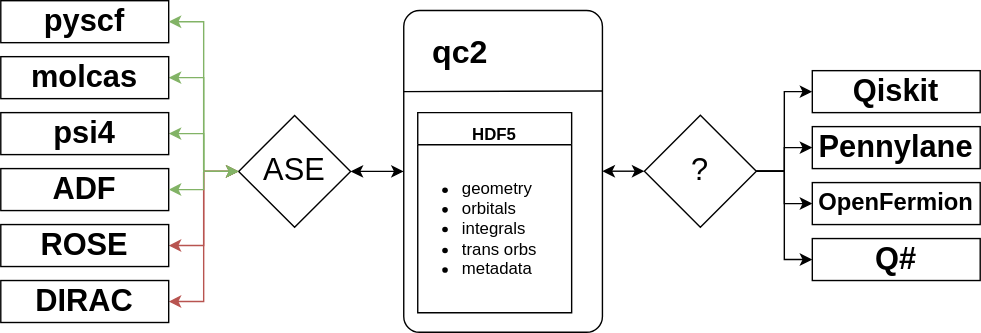
This is .dev/qc2nl.drawio.svg from qc2nl/qc2, a draw.io export, as it was before one commit. Source tidied: cells renumbered, new cells last; positions are measured from the earlier drawing's top-left corner, leaving out a move shared by most shapes. Its diagram source:
```xml
<mxGraphModel>
  <root>
    <mxCell id="0" />
    <mxCell id="1" parent="0" />
    <mxCell id="2" style="edgeStyle=orthogonalEdgeStyle;rounded=0;jettySize=auto;html=1;exitX=0;exitY=0.5;exitDx=0;exitDy=0;entryX=1;entryY=0.5;entryDx=0;entryDy=0;fontSize=22;fillColor=#d5e8d4;strokeColor=#82b366;startArrow=classic;startFill=1;" parent="1" edge="1" source="17" target="12">
      <mxGeometry relative="1" as="geometry" />
    </mxCell>
    <mxCell id="3" style="edgeStyle=orthogonalEdgeStyle;rounded=0;jettySize=auto;html=1;exitX=0;exitY=0.5;exitDx=0;exitDy=0;entryX=1;entryY=0.5;entryDx=0;entryDy=0;fontSize=22;fillColor=#d5e8d4;strokeColor=#82b366;startArrow=classic;startFill=1;" parent="1" edge="1" source="17" target="13">
      <mxGeometry relative="1" as="geometry" />
    </mxCell>
    <mxCell id="4" style="edgeStyle=orthogonalEdgeStyle;rounded=0;jettySize=auto;html=1;exitX=0;exitY=0.5;exitDx=0;exitDy=0;entryX=1;entryY=0.5;entryDx=0;entryDy=0;fontSize=22;fillColor=#f8cecc;strokeColor=#b85450;startArrow=classic;startFill=1;" parent="1" edge="1" source="17" target="15">
      <mxGeometry relative="1" as="geometry" />
    </mxCell>
    <mxCell id="5" style="edgeStyle=orthogonalEdgeStyle;rounded=0;jettySize=auto;html=1;exitX=0;exitY=0.5;exitDx=0;exitDy=0;entryX=1;entryY=0.5;entryDx=0;entryDy=0;fontSize=22;fillColor=#f8cecc;strokeColor=#b85450;startArrow=classic;startFill=1;" parent="1" edge="1" source="17" target="16">
      <mxGeometry relative="1" as="geometry" />
    </mxCell>
    <mxCell id="6" style="rounded=1;whiteSpace=wrap;html=1;arcSize=8;" parent="1" vertex="1">
      <mxGeometry x="288" y="7" width="142" height="230" as="geometry" />
    </mxCell>
    <mxCell id="7" value="&lt;font style=&quot;font-size: 23px;&quot;&gt;&lt;b&gt;qc2&lt;/b&gt;&lt;/font&gt;" style="text;html=1;align=center;verticalAlign=middle;strokeColor=none;fillColor=none;" parent="1" vertex="1">
      <mxGeometry x="298" y="17" width="60" height="40" as="geometry" />
    </mxCell>
    <mxCell id="8" value="&lt;font style=&quot;font-size: 12px;&quot;&gt;HDF5&lt;/font&gt;" style="swimlane;whiteSpace=wrap;html=1;fontSize=23;" parent="1" vertex="1">
      <mxGeometry x="298" y="80" width="110" height="143" as="geometry" />
    </mxCell>
    <mxCell id="9" value="&lt;ul&gt;&lt;li&gt;&lt;span style=&quot;background-color: initial;&quot;&gt;geometry&lt;/span&gt;&lt;/li&gt;&lt;li&gt;&lt;span style=&quot;background-color: initial;&quot;&gt;orbitals&amp;nbsp;&lt;/span&gt;&lt;/li&gt;&lt;li&gt;&lt;span style=&quot;background-color: initial;&quot;&gt;integrals&lt;/span&gt;&lt;/li&gt;&lt;li&gt;&lt;span style=&quot;background-color: initial;&quot;&gt;trans orbs&lt;/span&gt;&lt;/li&gt;&lt;li&gt;&lt;span style=&quot;background-color: initial;&quot;&gt;metadata&lt;/span&gt;&lt;/li&gt;&lt;/ul&gt;" style="text;html=1;strokeColor=none;fillColor=none;align=left;verticalAlign=middle;whiteSpace=wrap;rounded=0;fontSize=12;" parent="8" vertex="1">
      <mxGeometry x="-10" y="23" width="110" height="120" as="geometry" />
    </mxCell>
    <mxCell id="10" style="endArrow=none;html=1;rounded=0;fontSize=12;entryX=1;entryY=0.25;entryDx=0;entryDy=0;" parent="1" edge="1" target="6">
      <mxGeometry relative="1" as="geometry">
        <mxPoint x="288" y="65" as="sourcePoint" />
      </mxGeometry>
    </mxCell>
    <mxCell id="11" value="&lt;font style=&quot;font-size: 22px;&quot;&gt;&lt;b&gt;pyscf&lt;/b&gt;&lt;/font&gt;" style="rounded=0;whiteSpace=wrap;html=1;fontSize=12;" parent="1" vertex="1">
      <mxGeometry width="120" height="30" as="geometry" />
    </mxCell>
    <mxCell id="12" value="&lt;font style=&quot;font-size: 22px;&quot;&gt;&lt;b&gt;molcas&lt;/b&gt;&lt;/font&gt;" style="rounded=0;whiteSpace=wrap;html=1;fontSize=12;" parent="1" vertex="1">
      <mxGeometry y="40" width="120" height="30" as="geometry" />
    </mxCell>
    <mxCell id="13" value="&lt;font style=&quot;font-size: 22px;&quot;&gt;&lt;b&gt;psi4&lt;/b&gt;&lt;/font&gt;" style="rounded=0;whiteSpace=wrap;html=1;fontSize=12;" parent="1" vertex="1">
      <mxGeometry y="80" width="120" height="30" as="geometry" />
    </mxCell>
    <mxCell id="14" value="&lt;font style=&quot;font-size: 22px;&quot;&gt;&lt;b&gt;ADF&lt;/b&gt;&lt;/font&gt;" style="rounded=0;whiteSpace=wrap;html=1;fontSize=12;" parent="1" vertex="1">
      <mxGeometry y="120" width="120" height="30" as="geometry" />
    </mxCell>
    <mxCell id="15" value="&lt;font style=&quot;font-size: 22px;&quot;&gt;&lt;b&gt;ROSE&lt;/b&gt;&lt;/font&gt;" style="rounded=0;whiteSpace=wrap;html=1;fontSize=12;" parent="1" vertex="1">
      <mxGeometry y="160" width="120" height="30" as="geometry" />
    </mxCell>
    <mxCell id="16" value="&lt;font style=&quot;font-size: 22px;&quot;&gt;&lt;b&gt;DIRAC&lt;/b&gt;&lt;/font&gt;" style="rounded=0;whiteSpace=wrap;html=1;fontSize=12;" parent="1" vertex="1">
      <mxGeometry y="200" width="120" height="30" as="geometry" />
    </mxCell>
    <mxCell id="17" value="ASE" style="rhombus;whiteSpace=wrap;html=1;fontSize=22;" parent="1" vertex="1">
      <mxGeometry x="170" y="82" width="80" height="80" as="geometry" />
    </mxCell>
    <mxCell id="18" style="endArrow=classic;startArrow=classic;html=1;rounded=0;fontSize=22;exitX=1;exitY=0.5;exitDx=0;exitDy=0;entryX=0;entryY=0.5;entryDx=0;entryDy=0;" parent="1" edge="1" source="17" target="6">
      <mxGeometry relative="1" as="geometry" />
    </mxCell>
    <mxCell id="19" style="edgeStyle=orthogonalEdgeStyle;rounded=0;jettySize=auto;html=1;exitX=0;exitY=0.5;exitDx=0;exitDy=0;entryX=1;entryY=0.5;entryDx=0;entryDy=0;fontSize=22;fillColor=#d5e8d4;strokeColor=#82b366;startArrow=classic;startFill=1;" parent="1" edge="1" source="17" target="11">
      <mxGeometry relative="1" as="geometry" />
    </mxCell>
    <mxCell id="20" style="edgeStyle=orthogonalEdgeStyle;rounded=0;jettySize=auto;html=1;exitX=0;exitY=0.5;exitDx=0;exitDy=0;entryX=1;entryY=0.5;entryDx=0;entryDy=0;fontSize=22;fillColor=#d5e8d4;strokeColor=#82b366;startArrow=classic;startFill=1;" parent="1" edge="1" source="17" target="14">
      <mxGeometry relative="1" as="geometry" />
    </mxCell>
    <mxCell id="21" style="endArrow=classic;startArrow=classic;html=1;rounded=0;fontSize=22;exitX=1;exitY=0.5;exitDx=0;exitDy=0;entryX=0;entryY=0.5;entryDx=0;entryDy=0;" parent="1" edge="1" target="23">
      <mxGeometry relative="1" as="geometry">
        <mxPoint x="430" y="121.9" as="sourcePoint" />
      </mxGeometry>
    </mxCell>
    <mxCell id="22" style="edgeStyle=orthogonalEdgeStyle;rounded=0;jettySize=auto;html=1;exitX=1;exitY=0.5;exitDx=0;exitDy=0;entryX=0;entryY=0.5;entryDx=0;entryDy=0;fontSize=17;startArrow=none;startFill=0;" parent="1" edge="1" source="23" target="24">
      <mxGeometry relative="1" as="geometry" />
    </mxCell>
    <mxCell id="23" value="?" style="rhombus;whiteSpace=wrap;html=1;fontSize=22;" parent="1" vertex="1">
      <mxGeometry x="460" y="81.9" width="80" height="80" as="geometry" />
    </mxCell>
    <mxCell id="24" value="&lt;font style=&quot;font-size: 22px;&quot;&gt;&lt;b&gt;Qiskit&lt;/b&gt;&lt;/font&gt;" style="rounded=0;whiteSpace=wrap;html=1;fontSize=12;" parent="1" vertex="1">
      <mxGeometry x="580" y="50" width="120" height="30" as="geometry" />
    </mxCell>
    <mxCell id="25" value="&lt;font style=&quot;font-size: 22px;&quot;&gt;&lt;b&gt;Pennylane&lt;/b&gt;&lt;/font&gt;" style="rounded=0;whiteSpace=wrap;html=1;fontSize=12;" parent="1" vertex="1">
      <mxGeometry x="580" y="90" width="120" height="30" as="geometry" />
    </mxCell>
    <mxCell id="26" value="&lt;font size=&quot;1&quot; style=&quot;&quot;&gt;&lt;b style=&quot;font-size: 17px;&quot;&gt;OpenFermion&lt;/b&gt;&lt;/font&gt;" style="rounded=0;whiteSpace=wrap;html=1;fontSize=12;" parent="1" vertex="1">
      <mxGeometry x="580" y="130" width="120" height="30" as="geometry" />
    </mxCell>
    <mxCell id="27" value="&lt;font style=&quot;font-size: 22px;&quot;&gt;&lt;b&gt;Q#&lt;/b&gt;&lt;/font&gt;" style="rounded=0;whiteSpace=wrap;html=1;fontSize=12;" parent="1" vertex="1">
      <mxGeometry x="580" y="170" width="120" height="30" as="geometry" />
    </mxCell>
    <mxCell id="28" style="edgeStyle=orthogonalEdgeStyle;rounded=0;jettySize=auto;html=1;exitX=1;exitY=0.5;exitDx=0;exitDy=0;entryX=0;entryY=0.5;entryDx=0;entryDy=0;fontSize=17;startArrow=none;startFill=0;" parent="1" edge="1" source="23" target="25">
      <mxGeometry relative="1" as="geometry" />
    </mxCell>
    <mxCell id="29" style="edgeStyle=orthogonalEdgeStyle;rounded=0;jettySize=auto;html=1;exitX=1;exitY=0.5;exitDx=0;exitDy=0;entryX=0;entryY=0.5;entryDx=0;entryDy=0;fontSize=17;startArrow=none;startFill=0;" parent="1" edge="1" source="23" target="26">
      <mxGeometry relative="1" as="geometry" />
    </mxCell>
    <mxCell id="30" style="edgeStyle=orthogonalEdgeStyle;rounded=0;jettySize=auto;html=1;exitX=1;exitY=0.5;exitDx=0;exitDy=0;entryX=0;entryY=0.5;entryDx=0;entryDy=0;fontSize=17;startArrow=none;startFill=0;" parent="1" edge="1" source="23" target="27">
      <mxGeometry relative="1" as="geometry" />
    </mxCell>
  </root>
</mxGraphModel>
```
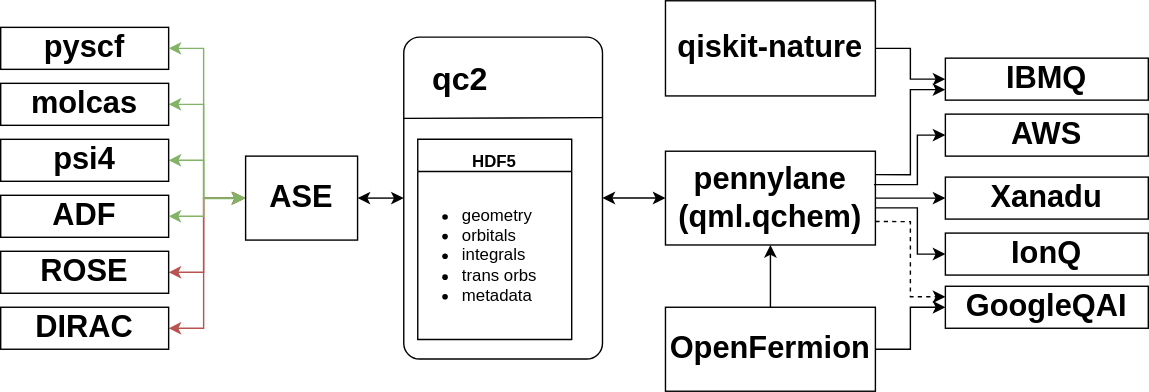
After the commit.

Diff of the diagram source:
```diff
@@ -2,17 +2,37 @@
   <root>
     <mxCell id="0" />
     <mxCell id="1" parent="0" />
-    <mxCell id="2" style="edgeStyle=orthogonalEdgeStyle;rounded=0;jettySize=auto;html=1;exitX=0;exitY=0.5;exitDx=0;exitDy=0;entryX=1;entryY=0.5;entryDx=0;entryDy=0;fontSize=22;fillColor=#d5e8d4;strokeColor=#82b366;startArrow=classic;startFill=1;" parent="1" edge="1" source="17" target="12">
-      <mxGeometry relative="1" as="geometry" />
+    <mxCell id="2" style="edgeStyle=orthogonalEdgeStyle;rounded=0;jettySize=auto;html=1;exitX=-0.01;exitY=0.503;exitDx=0;exitDy=0;entryX=1;entryY=0.5;entryDx=0;entryDy=0;fontSize=22;fillColor=#d5e8d4;strokeColor=#82b366;startArrow=classic;startFill=1;exitPerimeter=0;" parent="1" edge="1" source="17" target="12">
+      <mxGeometry relative="1" as="geometry">
+        <Array as="points">
+          <mxPoint x="145" y="122" />
+          <mxPoint x="145" y="55" />
+        </Array>
+      </mxGeometry>
     </mxCell>
-    <mxCell id="3" style="edgeStyle=orthogonalEdgeStyle;rounded=0;jettySize=auto;html=1;exitX=0;exitY=0.5;exitDx=0;exitDy=0;entryX=1;entryY=0.5;entryDx=0;entryDy=0;fontSize=22;fillColor=#d5e8d4;strokeColor=#82b366;startArrow=classic;startFill=1;" parent="1" edge="1" source="17" target="13">
-      <mxGeometry relative="1" as="geometry" />
+    <mxCell id="3" style="edgeStyle=orthogonalEdgeStyle;rounded=0;jettySize=auto;html=1;exitX=-0.014;exitY=0.505;exitDx=0;exitDy=0;entryX=1;entryY=0.5;entryDx=0;entryDy=0;fontSize=22;fillColor=#d5e8d4;strokeColor=#82b366;startArrow=classic;startFill=1;exitPerimeter=0;" parent="1" edge="1" source="17" target="13">
+      <mxGeometry relative="1" as="geometry">
+        <Array as="points">
+          <mxPoint x="145" y="122" />
+          <mxPoint x="145" y="95" />
+        </Array>
+      </mxGeometry>
     </mxCell>
     <mxCell id="4" style="edgeStyle=orthogonalEdgeStyle;rounded=0;jettySize=auto;html=1;exitX=0;exitY=0.5;exitDx=0;exitDy=0;entryX=1;entryY=0.5;entryDx=0;entryDy=0;fontSize=22;fillColor=#f8cecc;strokeColor=#b85450;startArrow=classic;startFill=1;" parent="1" edge="1" source="17" target="15">
-      <mxGeometry relative="1" as="geometry" />
+      <mxGeometry relative="1" as="geometry">
+        <Array as="points">
+          <mxPoint x="145" y="122" />
+          <mxPoint x="145" y="175" />
+        </Array>
+      </mxGeometry>
     </mxCell>
-    <mxCell id="5" style="edgeStyle=orthogonalEdgeStyle;rounded=0;jettySize=auto;html=1;exitX=0;exitY=0.5;exitDx=0;exitDy=0;entryX=1;entryY=0.5;entryDx=0;entryDy=0;fontSize=22;fillColor=#f8cecc;strokeColor=#b85450;startArrow=classic;startFill=1;" parent="1" edge="1" source="17" target="16">
-      <mxGeometry relative="1" as="geometry" />
+    <mxCell id="5" style="edgeStyle=orthogonalEdgeStyle;rounded=0;jettySize=auto;html=1;exitX=-0.011;exitY=0.499;exitDx=0;exitDy=0;entryX=1;entryY=0.5;entryDx=0;entryDy=0;fontSize=22;fillColor=#f8cecc;strokeColor=#b85450;startArrow=classic;startFill=1;exitPerimeter=0;" parent="1" edge="1" source="17" target="16">
+      <mxGeometry relative="1" as="geometry">
+        <Array as="points">
+          <mxPoint x="145" y="122" />
+          <mxPoint x="145" y="215" />
+        </Array>
+      </mxGeometry>
     </mxCell>
     <mxCell id="6" style="rounded=1;whiteSpace=wrap;html=1;arcSize=8;" parent="1" vertex="1">
       <mxGeometry x="288" y="7" width="142" height="230" as="geometry" />
@@ -49,49 +69,96 @@
     <mxCell id="16" value="&lt;font style=&quot;font-size: 22px;&quot;&gt;&lt;b&gt;DIRAC&lt;/b&gt;&lt;/font&gt;" style="rounded=0;whiteSpace=wrap;html=1;fontSize=12;" parent="1" vertex="1">
       <mxGeometry y="200" width="120" height="30" as="geometry" />
     </mxCell>
-    <mxCell id="17" value="ASE" style="rhombus;whiteSpace=wrap;html=1;fontSize=22;" parent="1" vertex="1">
-      <mxGeometry x="170" y="82" width="80" height="80" as="geometry" />
-    </mxCell>
     <mxCell id="18" style="endArrow=classic;startArrow=classic;html=1;rounded=0;fontSize=22;exitX=1;exitY=0.5;exitDx=0;exitDy=0;entryX=0;entryY=0.5;entryDx=0;entryDy=0;" parent="1" edge="1" source="17" target="6">
       <mxGeometry relative="1" as="geometry" />
     </mxCell>
-    <mxCell id="19" style="edgeStyle=orthogonalEdgeStyle;rounded=0;jettySize=auto;html=1;exitX=0;exitY=0.5;exitDx=0;exitDy=0;entryX=1;entryY=0.5;entryDx=0;entryDy=0;fontSize=22;fillColor=#d5e8d4;strokeColor=#82b366;startArrow=classic;startFill=1;" parent="1" edge="1" source="17" target="11">
-      <mxGeometry relative="1" as="geometry" />
+    <mxCell id="19" style="edgeStyle=orthogonalEdgeStyle;rounded=0;jettySize=auto;html=1;exitX=-0.011;exitY=0.501;exitDx=0;exitDy=0;entryX=1;entryY=0.5;entryDx=0;entryDy=0;fontSize=22;fillColor=#d5e8d4;strokeColor=#82b366;startArrow=classic;startFill=1;exitPerimeter=0;" parent="1" edge="1" source="17" target="11">
+      <mxGeometry relative="1" as="geometry">
+        <Array as="points">
+          <mxPoint x="145" y="122" />
+          <mxPoint x="145" y="15" />
+        </Array>
+      </mxGeometry>
     </mxCell>
     <mxCell id="20" style="edgeStyle=orthogonalEdgeStyle;rounded=0;jettySize=auto;html=1;exitX=0;exitY=0.5;exitDx=0;exitDy=0;entryX=1;entryY=0.5;entryDx=0;entryDy=0;fontSize=22;fillColor=#d5e8d4;strokeColor=#82b366;startArrow=classic;startFill=1;" parent="1" edge="1" source="17" target="14">
-      <mxGeometry relative="1" as="geometry" />
+      <mxGeometry relative="1" as="geometry">
+        <Array as="points">
+          <mxPoint x="145" y="122" />
+          <mxPoint x="145" y="135" />
+        </Array>
+      </mxGeometry>
     </mxCell>
-    <mxCell id="21" style="endArrow=classic;startArrow=classic;html=1;rounded=0;fontSize=22;exitX=1;exitY=0.5;exitDx=0;exitDy=0;entryX=0;entryY=0.5;entryDx=0;entryDy=0;" parent="1" edge="1" target="23">
+    <mxCell id="21" style="endArrow=classic;startArrow=classic;html=1;rounded=0;fontSize=22;exitX=1;exitY=0.5;exitDx=0;exitDy=0;entryX=0;entryY=0.5;entryDx=0;entryDy=0;" parent="1" edge="1" target="25">
       <mxGeometry relative="1" as="geometry">
         <mxPoint x="430" y="121.9" as="sourcePoint" />
       </mxGeometry>
     </mxCell>
-    <mxCell id="22" style="edgeStyle=orthogonalEdgeStyle;rounded=0;jettySize=auto;html=1;exitX=1;exitY=0.5;exitDx=0;exitDy=0;entryX=0;entryY=0.5;entryDx=0;entryDy=0;fontSize=17;startArrow=none;startFill=0;" parent="1" edge="1" source="23" target="24">
-      <mxGeometry relative="1" as="geometry" />
-    </mxCell>
-    <mxCell id="23" value="?" style="rhombus;whiteSpace=wrap;html=1;fontSize=22;" parent="1" vertex="1">
-      <mxGeometry x="460" y="81.9" width="80" height="80" as="geometry" />
-    </mxCell>
-    <mxCell id="24" value="&lt;font style=&quot;font-size: 22px;&quot;&gt;&lt;b&gt;Qiskit&lt;/b&gt;&lt;/font&gt;" style="rounded=0;whiteSpace=wrap;html=1;fontSize=12;" parent="1" vertex="1">
-      <mxGeometry x="580" y="50" width="120" height="30" as="geometry" />
+    <mxCell id="24" value="&lt;font style=&quot;font-size: 22px;&quot;&gt;&lt;b&gt;qiskit-nature&lt;/b&gt;&lt;/font&gt;" style="rounded=0;whiteSpace=wrap;html=1;fontSize=12;" parent="1" vertex="1">
+      <mxGeometry x="475" y="-19" width="150" height="68" as="geometry" />
     </mxCell>
-    <mxCell id="25" value="&lt;font style=&quot;font-size: 22px;&quot;&gt;&lt;b&gt;Pennylane&lt;/b&gt;&lt;/font&gt;" style="rounded=0;whiteSpace=wrap;html=1;fontSize=12;" parent="1" vertex="1">
-      <mxGeometry x="580" y="90" width="120" height="30" as="geometry" />
+    <mxCell id="25" value="&lt;font style=&quot;font-size: 22px;&quot;&gt;&lt;b&gt;pennylane &lt;br&gt;(qml.qchem)&lt;/b&gt;&lt;/font&gt;" style="rounded=0;whiteSpace=wrap;html=1;fontSize=12;" parent="1" vertex="1">
+      <mxGeometry x="475" y="88.5" width="150" height="67" as="geometry" />
     </mxCell>
-    <mxCell id="26" value="&lt;font size=&quot;1&quot; style=&quot;&quot;&gt;&lt;b style=&quot;font-size: 17px;&quot;&gt;OpenFermion&lt;/b&gt;&lt;/font&gt;" style="rounded=0;whiteSpace=wrap;html=1;fontSize=12;" parent="1" vertex="1">
-      <mxGeometry x="580" y="130" width="120" height="30" as="geometry" />
+    <mxCell id="26" value="&lt;font size=&quot;1&quot; style=&quot;&quot;&gt;&lt;b style=&quot;font-size: 22px;&quot;&gt;OpenFermion&lt;/b&gt;&lt;/font&gt;" style="rounded=0;whiteSpace=wrap;html=1;fontSize=12;" parent="1" vertex="1">
+      <mxGeometry x="475" y="200" width="150" height="60" as="geometry" />
     </mxCell>
-    <mxCell id="27" value="&lt;font style=&quot;font-size: 22px;&quot;&gt;&lt;b&gt;Q#&lt;/b&gt;&lt;/font&gt;" style="rounded=0;whiteSpace=wrap;html=1;fontSize=12;" parent="1" vertex="1">
-      <mxGeometry x="580" y="170" width="120" height="30" as="geometry" />
-    </mxCell>
-    <mxCell id="28" style="edgeStyle=orthogonalEdgeStyle;rounded=0;jettySize=auto;html=1;exitX=1;exitY=0.5;exitDx=0;exitDy=0;entryX=0;entryY=0.5;entryDx=0;entryDy=0;fontSize=17;startArrow=none;startFill=0;" parent="1" edge="1" source="23" target="25">
-      <mxGeometry relative="1" as="geometry" />
-    </mxCell>
-    <mxCell id="29" style="edgeStyle=orthogonalEdgeStyle;rounded=0;jettySize=auto;html=1;exitX=1;exitY=0.5;exitDx=0;exitDy=0;entryX=0;entryY=0.5;entryDx=0;entryDy=0;fontSize=17;startArrow=none;startFill=0;" parent="1" edge="1" source="23" target="26">
-      <mxGeometry relative="1" as="geometry" />
-    </mxCell>
-    <mxCell id="30" style="edgeStyle=orthogonalEdgeStyle;rounded=0;jettySize=auto;html=1;exitX=1;exitY=0.5;exitDx=0;exitDy=0;entryX=0;entryY=0.5;entryDx=0;entryDy=0;fontSize=17;startArrow=none;startFill=0;" parent="1" edge="1" source="23" target="27">
-      <mxGeometry relative="1" as="geometry" />
-    </mxCell>
+    <mxCell id="31" value="&lt;font style=&quot;font-size: 22px;&quot;&gt;&lt;b&gt;IBMQ&lt;/b&gt;&lt;/font&gt;" style="rounded=0;whiteSpace=wrap;html=1;fontSize=12;" parent="1" vertex="1">
+      <mxGeometry x="675" y="22" width="145" height="30" as="geometry" />
+    </mxCell>
+    <mxCell id="32" value="&lt;font style=&quot;font-size: 22px;&quot;&gt;&lt;b&gt;Xanadu&lt;/b&gt;&lt;/font&gt;" style="rounded=0;whiteSpace=wrap;html=1;fontSize=12;" parent="1" vertex="1">
+      <mxGeometry x="675" y="107" width="145" height="30" as="geometry" />
+    </mxCell>
+    <mxCell id="33" value="&lt;font style=&quot;font-size: 22px;&quot;&gt;&lt;b&gt;GoogleQAI&lt;/b&gt;&lt;/font&gt;" style="rounded=0;whiteSpace=wrap;html=1;fontSize=12;" parent="1" vertex="1">
+      <mxGeometry x="675" y="185" width="145" height="30" as="geometry" />
+    </mxCell>
+    <mxCell id="34" style="edgeStyle=orthogonalEdgeStyle;rounded=0;jettySize=auto;html=1;entryX=0;entryY=0.5;entryDx=0;entryDy=0;fontSize=17;startArrow=none;startFill=0;exitX=1;exitY=0.5;exitDx=0;exitDy=0;" parent="1" edge="1" source="24" target="31">
+      <mxGeometry relative="1" as="geometry" />
+    </mxCell>
+    <mxCell id="35" style="edgeStyle=orthogonalEdgeStyle;rounded=0;jettySize=auto;html=1;entryX=0;entryY=0.5;entryDx=0;entryDy=0;fontSize=17;startArrow=none;startFill=0;exitX=1;exitY=0.5;exitDx=0;exitDy=0;" parent="1" edge="1" source="26" target="33">
+      <mxGeometry relative="1" as="geometry" />
+    </mxCell>
+    <mxCell id="36" style="edgeStyle=orthogonalEdgeStyle;rounded=0;jettySize=auto;html=1;fontSize=17;startArrow=none;startFill=0;exitX=1;exitY=0.5;exitDx=0;exitDy=0;entryX=0;entryY=0.5;entryDx=0;entryDy=0;" parent="1" edge="1" source="25" target="32">
+      <mxGeometry relative="1" as="geometry" />
+    </mxCell>
+    <mxCell id="37" style="edgeStyle=orthogonalEdgeStyle;rounded=0;jettySize=auto;html=1;fontSize=17;startArrow=none;startFill=0;exitX=1;exitY=0.75;exitDx=0;exitDy=0;entryX=0;entryY=0.25;entryDx=0;entryDy=0;dashed=1;" parent="1" edge="1" source="25" target="33">
+      <mxGeometry relative="1" as="geometry" />
+    </mxCell>
+    <mxCell id="38" style="edgeStyle=orthogonalEdgeStyle;rounded=0;jettySize=auto;html=1;fontSize=17;startArrow=none;startFill=0;exitX=1;exitY=0.25;exitDx=0;exitDy=0;entryX=0;entryY=0.75;entryDx=0;entryDy=0;" parent="1" edge="1" source="25" target="31">
+      <mxGeometry relative="1" as="geometry" />
+    </mxCell>
+    <mxCell id="39" value="&lt;font style=&quot;font-size: 22px;&quot;&gt;&lt;b&gt;AWS&lt;/b&gt;&lt;/font&gt;" style="rounded=0;whiteSpace=wrap;html=1;fontSize=12;" parent="1" vertex="1">
+      <mxGeometry x="675" y="62" width="145" height="30" as="geometry" />
+    </mxCell>
+    <mxCell id="40" style="edgeStyle=orthogonalEdgeStyle;rounded=0;jettySize=auto;html=1;fontSize=17;startArrow=none;startFill=0;exitX=0.993;exitY=0.356;exitDx=0;exitDy=0;entryX=0;entryY=0.5;entryDx=0;entryDy=0;exitPerimeter=0;" parent="1" edge="1" source="25" target="39">
+      <mxGeometry relative="1" as="geometry">
+        <Array as="points">
+          <mxPoint x="655" y="112" />
+          <mxPoint x="655" y="77" />
+        </Array>
+      </mxGeometry>
+    </mxCell>
+    <mxCell id="41" value="&lt;font style=&quot;font-size: 22px;&quot;&gt;&lt;b&gt;IonQ&lt;/b&gt;&lt;/font&gt;" style="rounded=0;whiteSpace=wrap;html=1;fontSize=12;" parent="1" vertex="1">
+      <mxGeometry x="675" y="147" width="145" height="30" as="geometry" />
+    </mxCell>
+    <mxCell id="42" style="edgeStyle=orthogonalEdgeStyle;rounded=0;jettySize=auto;html=1;fontSize=17;startArrow=none;startFill=0;entryX=0;entryY=0.5;entryDx=0;entryDy=0;" parent="1" edge="1" target="41">
+      <mxGeometry relative="1" as="geometry">
+        <mxPoint x="625" y="129" as="sourcePoint" />
+        <Array as="points">
+          <mxPoint x="655" y="129" />
+          <mxPoint x="655" y="162" />
+        </Array>
+      </mxGeometry>
+    </mxCell>
+    <mxCell id="43" style="edgeStyle=orthogonalEdgeStyle;rounded=0;jettySize=auto;html=1;exitX=0;exitY=0.5;exitDx=0;exitDy=0;dashed=1;fontSize=22;" parent="1" edge="1" source="17">
+      <mxGeometry relative="1" as="geometry">
+        <mxPoint x="174.9" y="121.9" as="targetPoint" />
+      </mxGeometry>
+    </mxCell>
+    <mxCell id="17" value="&lt;b&gt;ASE&lt;/b&gt;" style="rounded=0;whiteSpace=wrap;html=1;fontSize=22;" parent="1" vertex="1">
+      <mxGeometry x="175" y="92" width="80" height="60" as="geometry" />
+    </mxCell>
+    <mxCell id="44" style="edgeStyle=orthogonalEdgeStyle;rounded=0;jettySize=auto;html=1;entryX=0.5;entryY=1;entryDx=0;entryDy=0;fontSize=17;startArrow=none;startFill=0;exitX=0.5;exitY=0;exitDx=0;exitDy=0;" parent="1" edge="1" source="26" target="25">
+      <mxGeometry relative="1" as="geometry" />
+    </mxCell>
   </root>
 </mxGraphModel>
```
